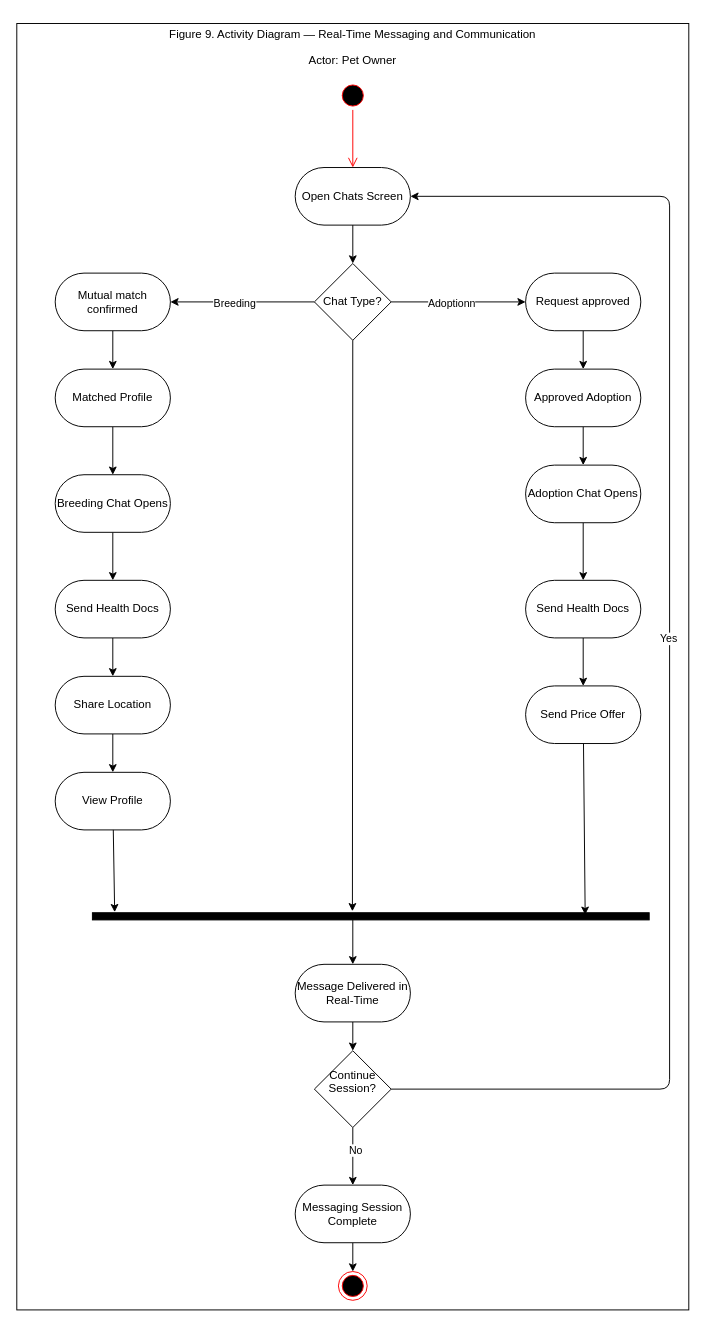
This is ActivityDiagram_Figure9_USALLA.drawio from Chels013/Breedr-Diagrams, a draw.io file, before an edit. Source tidied: cells renumbered, new cells numbered last; positions are measured from the earlier drawing's top-left corner, leaving out a move shared by most shapes. Both pictures are drawn from the tidied source at 96%, with x=0, y=0 at pixel (16, 23).
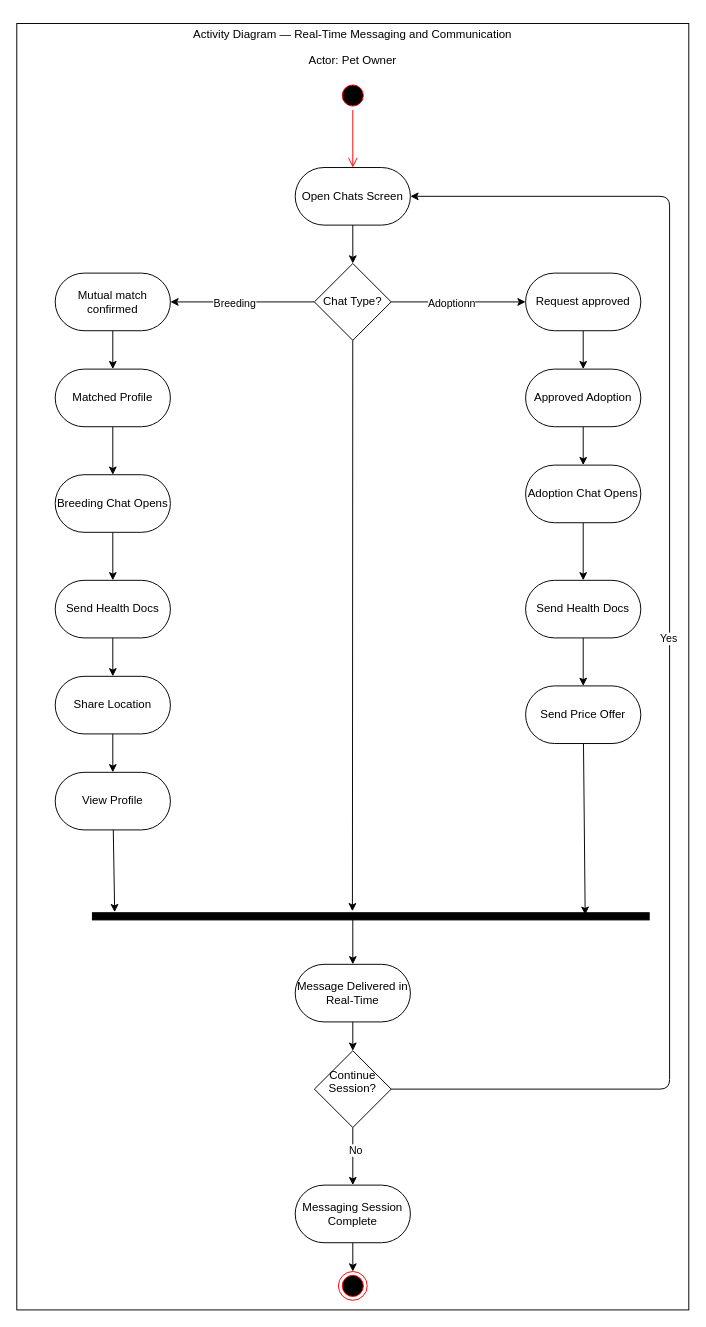
After the change.

Commit message (it also covers changes not shown here):
Renaming Activity Diagrams

The edit, as a diff of the source:
```diff
@@
-    <mxCell id="3" value="&lt;p&gt;Figure 9. Activity Diagram — Real-Time Messaging and Communication&lt;/p&gt;&lt;p&gt;Actor: Pet Owner&lt;/p&gt;" style="text;html=1;align=center;verticalAlign=middle;whiteSpace=wrap;rounded=0;" parent="1" vertex="1">
+    <mxCell id="3" value="&lt;p&gt;Activity Diagram — Real-Time Messaging and Communication&lt;/p&gt;&lt;p&gt;Actor: Pet Owner&lt;/p&gt;" style="text;html=1;align=center;verticalAlign=middle;whiteSpace=wrap;rounded=0;" parent="1" vertex="1">
       <mxGeometry x="145" y="10" width="410" height="30" as="geometry" />
     </mxCell>
```
